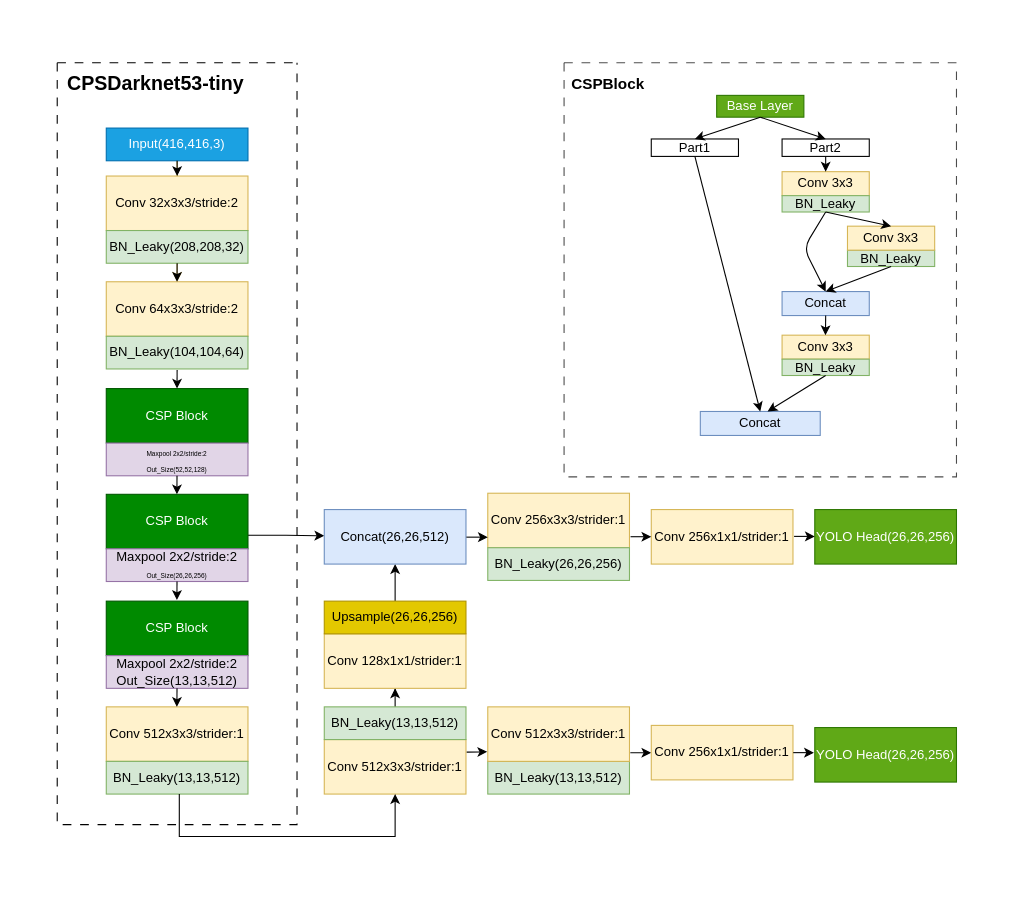
Earlier version of the draw.io diagram 系统顶层.drawio (Tanglia/draw). Source tidied: cells renumbered, new cells numbered last; positions are measured from the earlier drawing's top-left corner, leaving out a move shared by most shapes. Both pictures are drawn from the tidied source at 109%, with x=0, y=0 at pixel (51, 62).
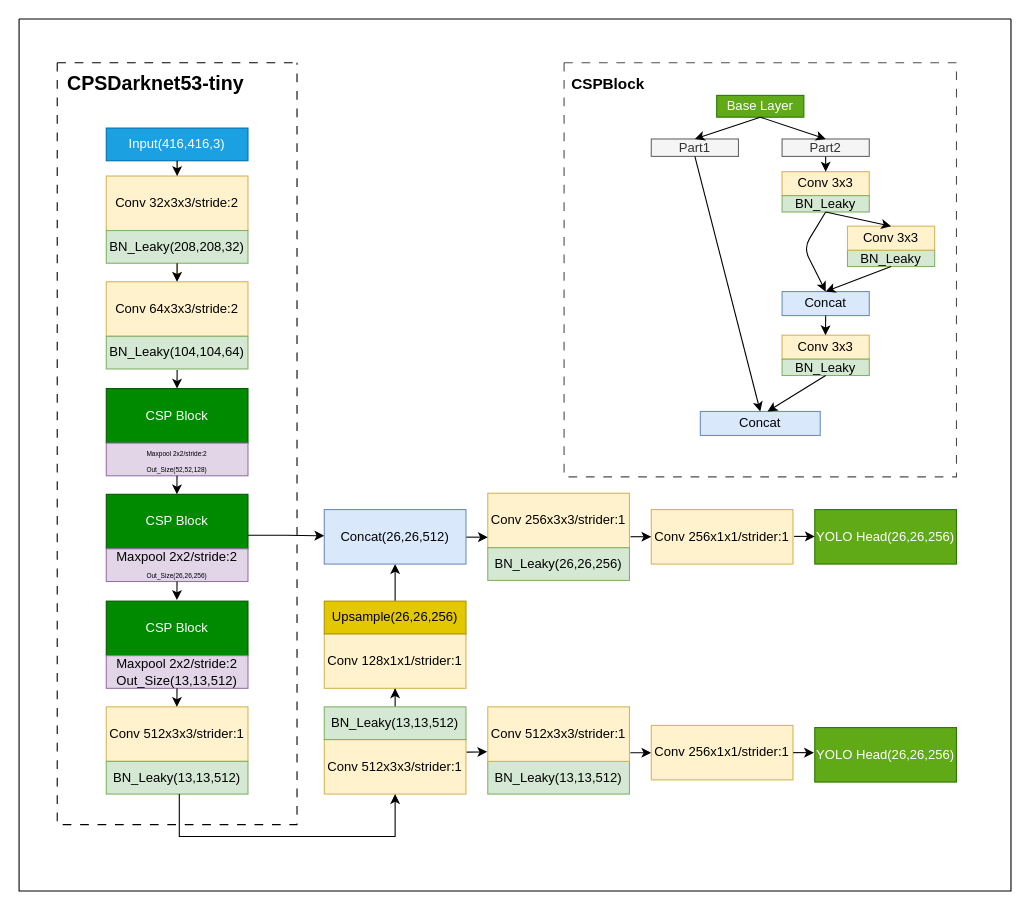
After the change.

Commit message:
更新系统顶层.drawio

The change refers to these unchanged cells:
```xml
<mxCell id="46" style="swimlane;startSize=0;dashed=1;dashPattern=8 8;opacity=70;" parent="1" vertex="1">
  <mxGeometry x="470" width="360" height="380" as="geometry" />
</mxCell>
```

The edit, as a diff of the source:
```diff
@@
-    <mxCell id="49" value="Part1" style="rounded=0;whiteSpace=wrap;html=1;" parent="46" vertex="1">
+    <mxCell id="49" value="Part1" style="rounded=0;whiteSpace=wrap;html=1;fillColor=#f5f5f5;fontColor=#333333;strokeColor=#666666;" parent="46" vertex="1">
       <mxGeometry x="80" y="70" width="80" height="16" as="geometry" />
     </mxCell>
-    <mxCell id="50" value="Part2" style="rounded=0;whiteSpace=wrap;html=1;" parent="46" vertex="1">
+    <mxCell id="50" value="Part2" style="rounded=0;whiteSpace=wrap;html=1;fillColor=#f5f5f5;fontColor=#333333;strokeColor=#666666;" parent="46" vertex="1">
       <mxGeometry x="200" y="70" width="80" height="16" as="geometry" />
     </mxCell>
@@
+    <mxCell id="69" style="swimlane;startSize=0;" parent="1" vertex="1">
+      <mxGeometry x="-30" y="-40" width="910" height="800" as="geometry" />
+    </mxCell>
```
